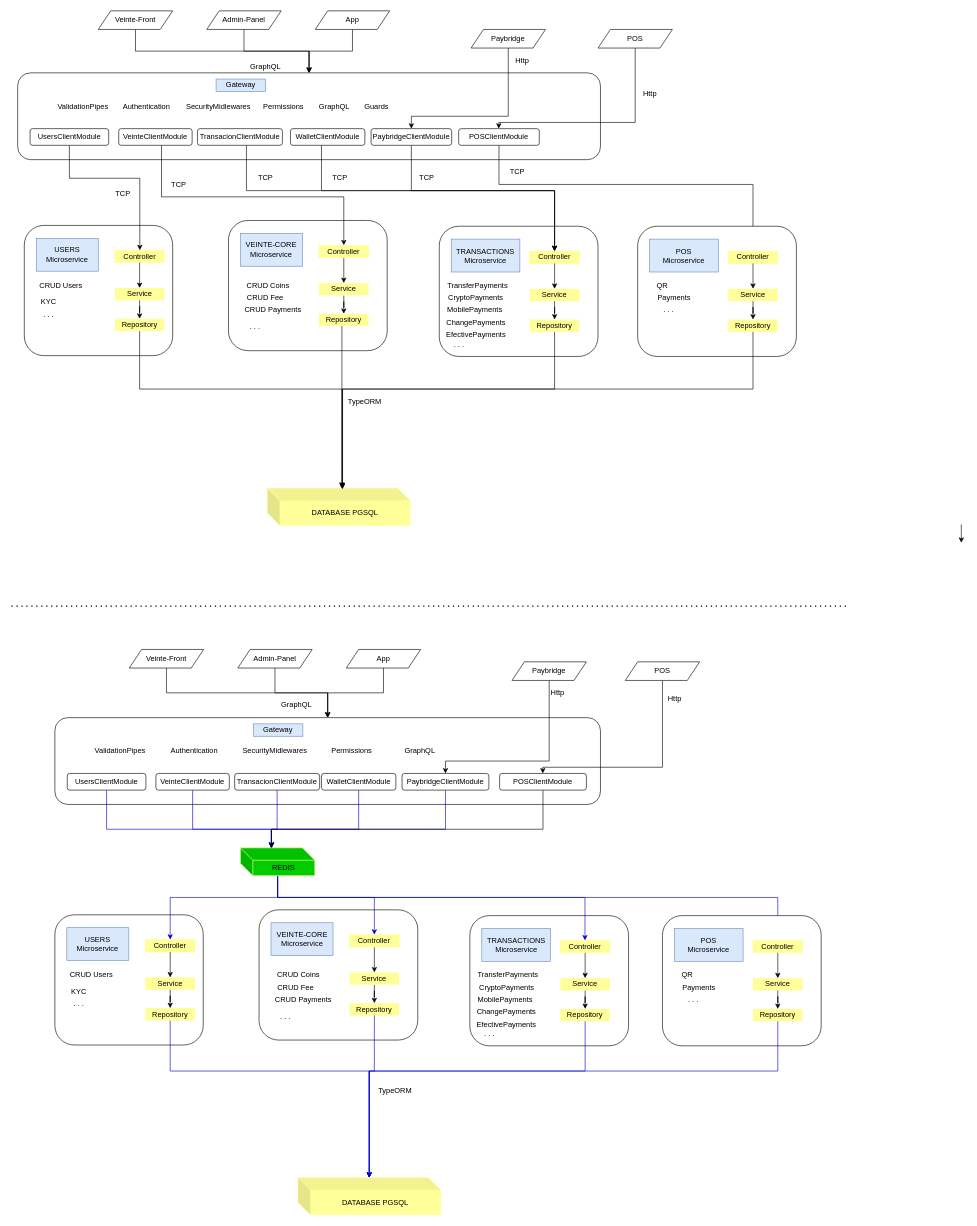
Before: CoreService.drawio in rafaelgamezdiaz/diagrams, a draw.io diagram. Source tidied: cells renumbered, new cells numbered last; positions are measured from the earlier drawing's top-left corner, leaving out a move shared by most shapes. Both pictures are drawn from the tidied source at 62%, with x=0, y=0 at pixel (11, 11).
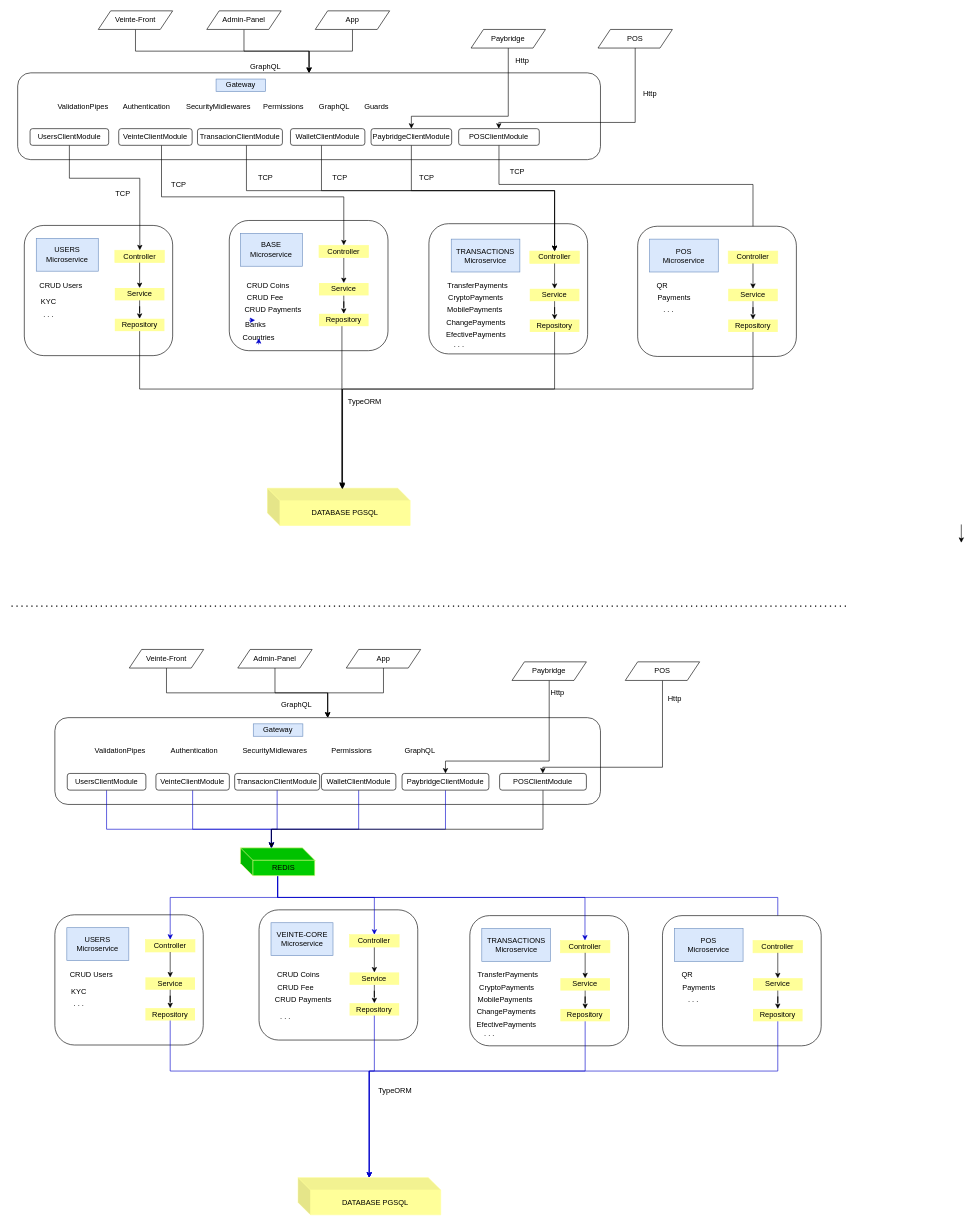
Above is the later version.

What changed in the source:
```diff
@@
     <mxCell id="24" style="rounded=1;whiteSpace=wrap;html=1;" parent="1" vertex="1">
-      <mxGeometry x="350" y="338.1" width="256" height="210" as="geometry" />
+      <mxGeometry x="351.3" y="338.1" width="256" height="210" as="geometry" />
     </mxCell>
-    <mxCell id="25" value="VEINTE-CORE&lt;br&gt;Microservice" style="text;html=1;strokeColor=#6c8ebf;fillColor=#dae8fc;align=center;verticalAlign=middle;whiteSpace=wrap;rounded=0;" parent="1" vertex="1">
+    <mxCell id="25" value="BASE&lt;br&gt;Microservice" style="text;html=1;strokeColor=#6c8ebf;fillColor=#dae8fc;align=center;verticalAlign=middle;whiteSpace=wrap;rounded=0;" parent="1" vertex="1">
       <mxGeometry x="369.3" y="358.9" width="100" height="53" as="geometry" />
     </mxCell>
@@
-    <mxCell id="36" value=". . ." style="text;html=1;strokeColor=none;fillColor=none;align=center;verticalAlign=middle;whiteSpace=wrap;rounded=0;" parent="1" vertex="1">
-      <mxGeometry x="373" y="500" width="40" height="20" as="geometry" />
+    <mxCell id="36" value="Banks" style="text;html=1;strokeColor=none;fillColor=none;align=center;verticalAlign=middle;whiteSpace=wrap;rounded=0;" parent="1" vertex="1">
+      <mxGeometry x="374" y="496.6" width="40" height="20" as="geometry" />
     </mxCell>
     <mxCell id="37" style="rounded=1;whiteSpace=wrap;html=1;" parent="1" vertex="1">
-      <mxGeometry x="690" y="347.4" width="256" height="210" as="geometry" />
+      <mxGeometry x="673.3" y="343.3" width="256" height="210" as="geometry" />
     </mxCell>
@@
+    <mxCell id="190" style="edgeStyle=orthogonalEdgeStyle;rounded=0;orthogonalLoop=1;jettySize=auto;html=1;exitX=0.25;exitY=0;exitDx=0;exitDy=0;entryX=0.5;entryY=0;entryDx=0;entryDy=0;strokeColor=#0000CC;" parent="1" edge="1">
+      <mxGeometry relative="1" as="geometry">
+        <mxPoint x="383" y="499" as="sourcePoint" />
+        <mxPoint x="393" y="499" as="targetPoint" />
+      </mxGeometry>
+    </mxCell>
+    <mxCell id="191" value="Countries" style="text;html=1;strokeColor=none;fillColor=none;align=center;verticalAlign=middle;whiteSpace=wrap;rounded=0;" parent="1" vertex="1">
+      <mxGeometry x="378.6" y="517.9" width="40" height="20" as="geometry" />
+    </mxCell>
+    <mxCell id="192" style="edgeStyle=orthogonalEdgeStyle;rounded=0;jettySize=auto;html=1;exitX=0.5;exitY=1;exitDx=0;exitDy=0;strokeColor=#0000CC;" parent="1" edge="1" source="191">
+      <mxGeometry relative="1" as="geometry">
+        <mxPoint x="399" y="528" as="targetPoint" />
+      </mxGeometry>
+    </mxCell>
```
